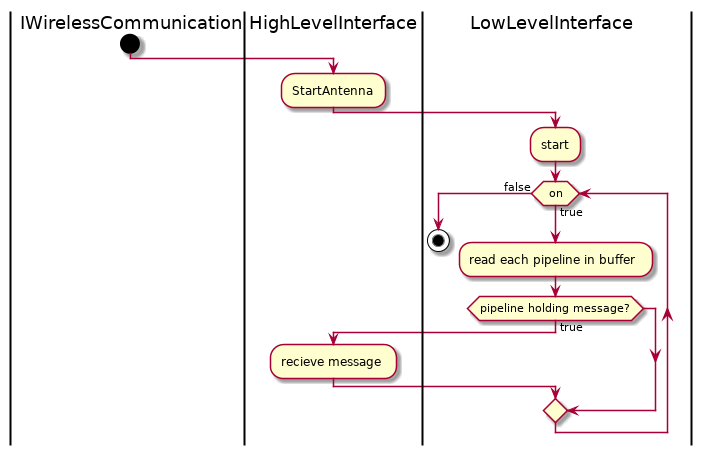
Above: Docs/DesignDocumenten/UML/out/NRF24/activity/setupAntenna/setupAntenna.png in mauriceberentsen/Automated-Drone-Distribution-Network (PlantUML), before the change.
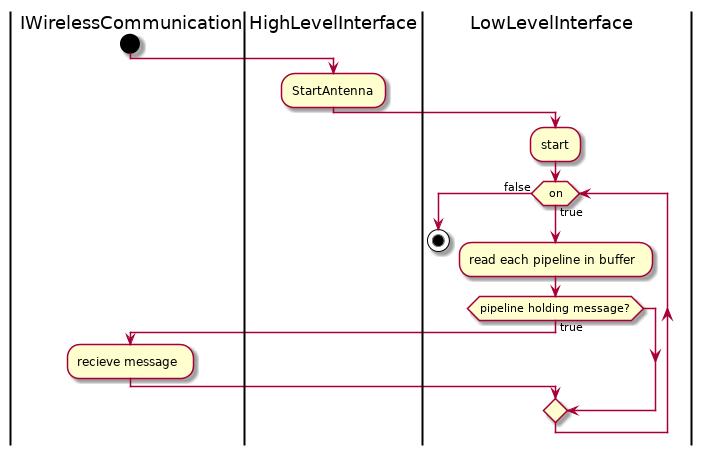
After the commit.

Diff of the diagram source:
```diff
@@ -8,7 +8,7 @@
 while (on) is (true)
 :read each pipeline in buffer;
 if(pipeline holding message?) then (true)
-|HighLevelInterface|
+|IWirelessCommunication|
 :recieve message;
 endif
 |LowLevelInterface|
```
